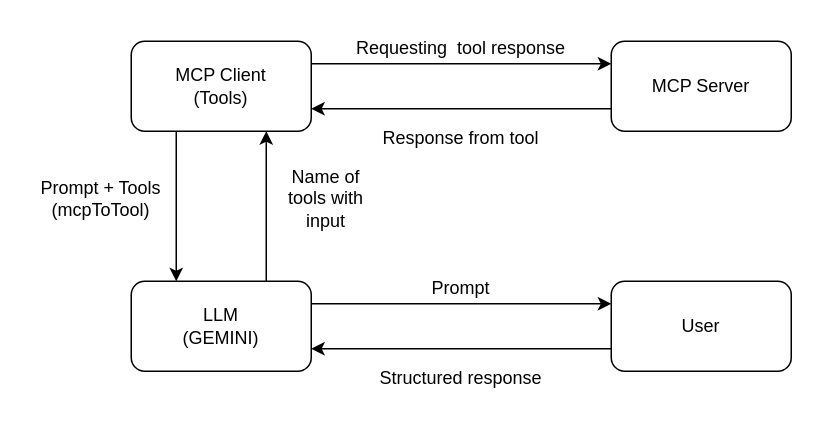
tonicuti/AI_Agentic_MCP_and_RAG keeps this draw.io diagram as agentic_app_backend/src/mcp/pipelineMCP.drawio. Above is the earlier version. Source tidied: cells renumbered, new cells numbered last; positions are measured from the earlier drawing's top-left corner, leaving out a move shared by most shapes. Both pictures are drawn from the tidied source at 150%, with x=0, y=0 at pixel (26, 26).
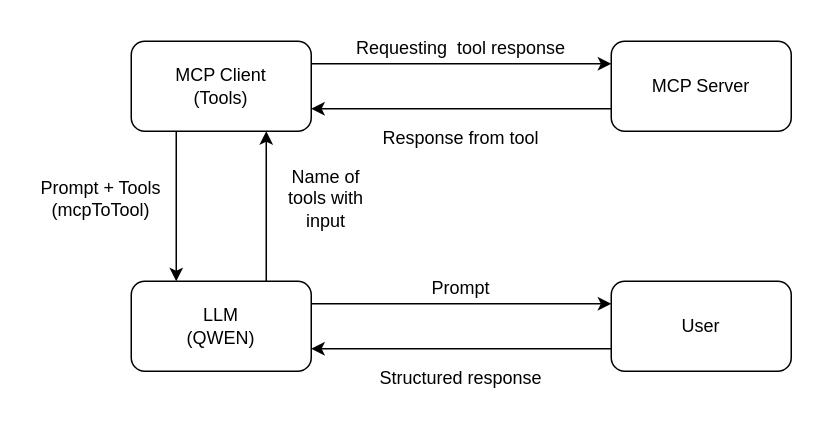
The same diagram, later.

What changed in the source:
```diff
@@
 <mxGraphModel>
   <root>
     <mxCell id="0" />
     <mxCell id="1" parent="0" />
     <mxCell id="2" style="edgeStyle=none;html=1;entryX=0.25;entryY=0;entryDx=0;entryDy=0;exitX=0.25;exitY=1;exitDx=0;exitDy=0;" parent="1" edge="1" source="4" target="7">
       <mxGeometry relative="1" as="geometry" />
     </mxCell>
     <mxCell id="3" style="edgeStyle=none;html=1;exitX=1;exitY=0.25;exitDx=0;exitDy=0;entryX=0;entryY=0.25;entryDx=0;entryDy=0;" parent="1" edge="1" source="4" target="11">
       <mxGeometry relative="1" as="geometry" />
     </mxCell>
     <mxCell id="4" value="MCP Client&lt;br&gt;(Tools)" style="rounded=1;whiteSpace=wrap;html=1;" parent="1" vertex="1">
       <mxGeometry x="70" y="10" width="120" height="60" as="geometry" />
     </mxCell>
     <mxCell id="5" style="edgeStyle=none;html=1;exitX=0.75;exitY=0;exitDx=0;exitDy=0;entryX=0.75;entryY=1;entryDx=0;entryDy=0;" parent="1" edge="1" source="7" target="4">
       <mxGeometry relative="1" as="geometry" />
     </mxCell>
     <mxCell id="6" style="edgeStyle=none;html=1;exitX=1;exitY=0.25;exitDx=0;exitDy=0;entryX=0;entryY=0.25;entryDx=0;entryDy=0;" parent="1" edge="1" source="7" target="13">
       <mxGeometry relative="1" as="geometry" />
     </mxCell>
-    <mxCell id="7" value="LLM&lt;br&gt;(GEMINI)" style="rounded=1;whiteSpace=wrap;html=1;" parent="1" vertex="1">
+    <mxCell id="7" value="LLM&lt;br&gt;(QWEN)" style="rounded=1;whiteSpace=wrap;html=1;" parent="1" vertex="1">
       <mxGeometry x="70" y="170" width="120" height="60" as="geometry" />
     </mxCell>
     <mxCell id="8" value="Prompt + Tools (mcpToTool)" style="text;html=1;strokeColor=none;fillColor=none;align=center;verticalAlign=middle;whiteSpace=wrap;rounded=0;" parent="1" vertex="1">
       <mxGeometry y="100" width="100" height="30" as="geometry" />
     </mxCell>
     <mxCell id="9" value="Name of tools with input" style="text;html=1;strokeColor=none;fillColor=none;align=center;verticalAlign=middle;whiteSpace=wrap;rounded=0;" parent="1" vertex="1">
       <mxGeometry x="170" y="100" width="60" height="30" as="geometry" />
     </mxCell>
     <mxCell id="10" style="edgeStyle=none;html=1;exitX=0;exitY=0.75;exitDx=0;exitDy=0;entryX=1;entryY=0.75;entryDx=0;entryDy=0;" parent="1" edge="1" source="11" target="4">
       <mxGeometry relative="1" as="geometry" />
     </mxCell>
     <mxCell id="11" value="MCP Server" style="rounded=1;whiteSpace=wrap;html=1;" parent="1" vertex="1">
       <mxGeometry x="390" y="10" width="120" height="60" as="geometry" />
     </mxCell>
     <mxCell id="12" style="edgeStyle=none;html=1;exitX=0;exitY=0.75;exitDx=0;exitDy=0;entryX=1;entryY=0.75;entryDx=0;entryDy=0;" parent="1" edge="1" source="13" target="7">
       <mxGeometry relative="1" as="geometry" />
     </mxCell>
     <mxCell id="13" value="User" style="rounded=1;whiteSpace=wrap;html=1;" parent="1" vertex="1">
       <mxGeometry x="390" y="170" width="120" height="60" as="geometry" />
     </mxCell>
     <mxCell id="14" value="Requesting&amp;nbsp; tool response" style="text;html=1;strokeColor=none;fillColor=none;align=center;verticalAlign=middle;whiteSpace=wrap;rounded=0;" parent="1" vertex="1">
       <mxGeometry x="210" width="160" height="30" as="geometry" />
     </mxCell>
     <mxCell id="15" value="Response from tool" style="text;html=1;strokeColor=none;fillColor=none;align=center;verticalAlign=middle;whiteSpace=wrap;rounded=0;" parent="1" vertex="1">
       <mxGeometry x="220" y="60" width="140" height="30" as="geometry" />
     </mxCell>
     <mxCell id="16" value="Prompt" style="text;html=1;strokeColor=none;fillColor=none;align=center;verticalAlign=middle;whiteSpace=wrap;rounded=0;" parent="1" vertex="1">
       <mxGeometry x="260" y="160" width="60" height="30" as="geometry" />
     </mxCell>
     <mxCell id="17" value="Structured response" style="text;html=1;strokeColor=none;fillColor=none;align=center;verticalAlign=middle;whiteSpace=wrap;rounded=0;" parent="1" vertex="1">
       <mxGeometry x="220" y="220" width="140" height="30" as="geometry" />
     </mxCell>
   </root>
 </mxGraphModel>
```
